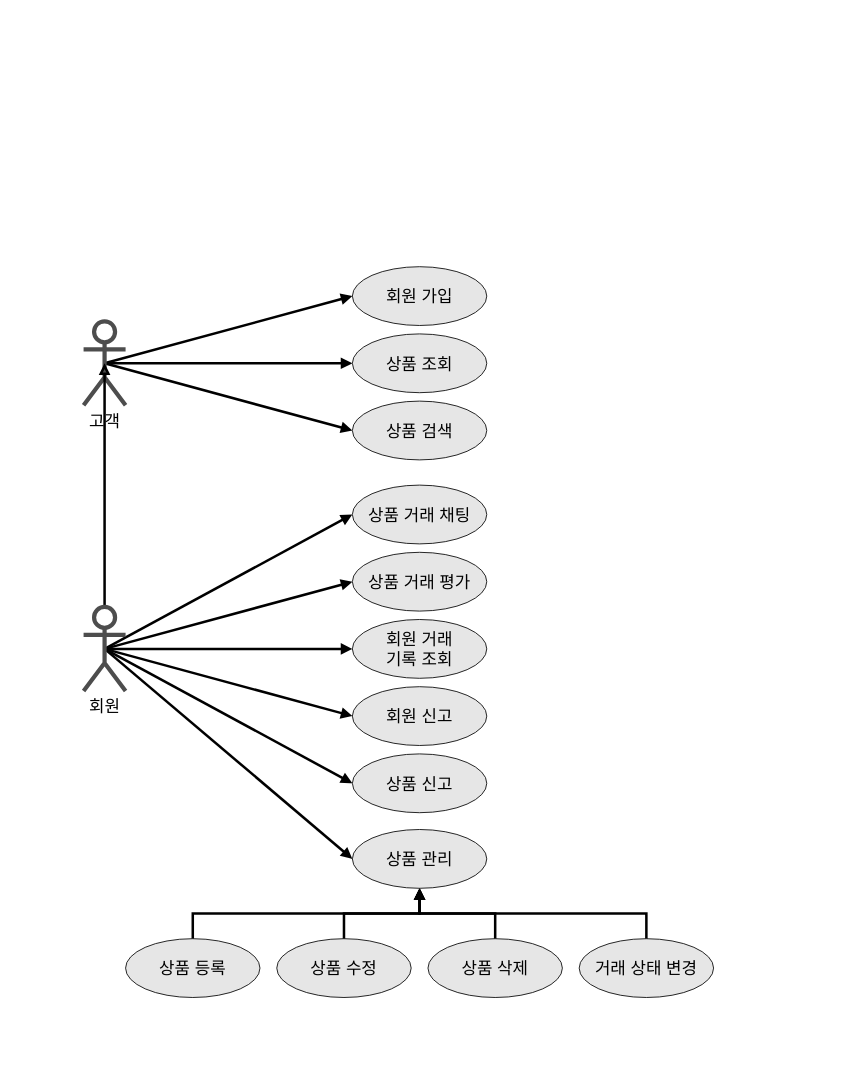
Earlier version of the draw.io diagram documents/Use_Case_Diagram.drawio (babybeb/users-used-book-store). Source tidied: cells renumbered, new cells numbered last; positions are measured from the earlier drawing's top-left corner, leaving out a move shared by most shapes. Both pictures are drawn from the tidied source at 84%, with x=0, y=0 at pixel (83, 266).
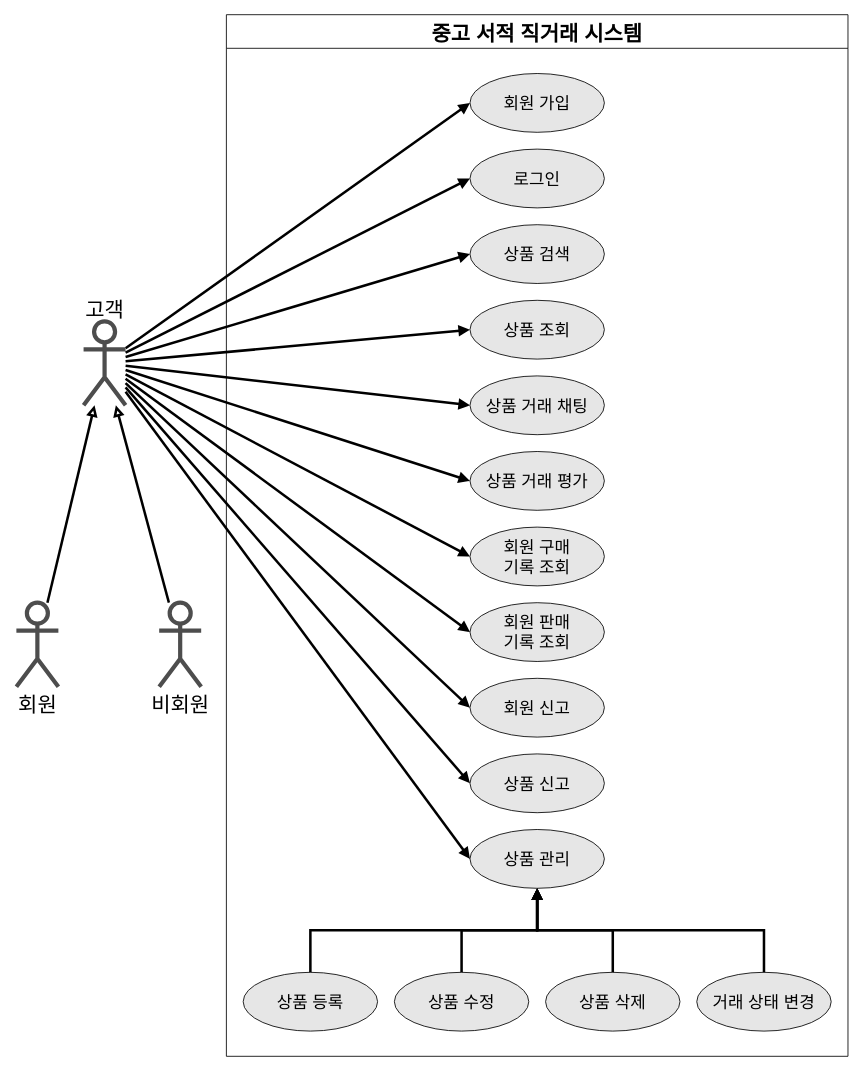
After the change.

Diff of the diagram source:
```diff
@@
-    <mxCell id="2" style="rounded=0;jettySize=auto;html=1;exitX=0.5;exitY=0.5;exitDx=0;exitDy=0;exitPerimeter=0;fontSize=20;endArrow=block;endFill=1;strokeWidth=3;entryX=0;entryY=0.5;entryDx=0;entryDy=0;" parent="1" edge="1" source="5" target="6">
+    <mxCell id="2" style="rounded=0;jettySize=auto;html=1;fontSize=20;endArrow=block;endFill=1;strokeWidth=3;entryX=0;entryY=0.5;entryDx=0;entryDy=0;" parent="1" edge="1" source="5" target="6">
       <mxGeometry relative="1" as="geometry" />
     </mxCell>
-    <mxCell id="3" style="edgeStyle=none;rounded=0;jettySize=auto;html=1;exitX=0.5;exitY=0.5;exitDx=0;exitDy=0;exitPerimeter=0;fontSize=20;endArrow=block;endFill=1;strokeWidth=3;entryX=0;entryY=0.5;entryDx=0;entryDy=0;" parent="1" edge="1" source="5" target="7">
+    <mxCell id="3" style="edgeStyle=none;rounded=0;jettySize=auto;html=1;fontSize=20;endArrow=block;endFill=1;strokeWidth=3;entryX=0;entryY=0.5;entryDx=0;entryDy=0;" parent="1" edge="1" source="5" target="7">
       <mxGeometry relative="1" as="geometry" />
     </mxCell>
-    <mxCell id="4" style="edgeStyle=none;rounded=0;jettySize=auto;html=1;exitX=0.5;exitY=0.5;exitDx=0;exitDy=0;exitPerimeter=0;fontSize=20;endArrow=block;endFill=1;strokeWidth=3;entryX=0;entryY=0.5;entryDx=0;entryDy=0;" parent="1" edge="1" source="5" target="8">
+    <mxCell id="4" style="edgeStyle=none;rounded=0;jettySize=auto;html=1;fontSize=20;endArrow=block;endFill=1;strokeWidth=3;entryX=0;entryY=0.5;entryDx=0;entryDy=0;" parent="1" edge="1" source="5" target="8">
       <mxGeometry relative="1" as="geometry" />
     </mxCell>
+    <mxCell id="31" style="edgeStyle=none;rounded=0;jettySize=auto;html=1;fontSize=25;endArrow=block;endFill=1;strokeWidth=3;entryX=0;entryY=0.5;entryDx=0;entryDy=0;" parent="1" edge="1" source="5" target="39">
+      <mxGeometry relative="1" as="geometry" />
+    </mxCell>
+    <mxCell id="32" style="edgeStyle=none;rounded=0;jettySize=auto;html=1;fontSize=25;endArrow=block;endFill=1;strokeWidth=3;entryX=0;entryY=0.5;entryDx=0;entryDy=0;" parent="1" edge="1" source="5" target="38">
+      <mxGeometry relative="1" as="geometry" />
+    </mxCell>
+    <mxCell id="33" style="edgeStyle=none;rounded=0;jettySize=auto;html=1;fontSize=25;endArrow=block;endFill=1;strokeWidth=3;entryX=0;entryY=0.5;entryDx=0;entryDy=0;" parent="1" edge="1" source="5" target="25">
+      <mxGeometry relative="1" as="geometry" />
+    </mxCell>
-    <mxCell id="5" value="고객" style="shape=umlActor;verticalLabelPosition=bottom;verticalAlign=top;html=1;outlineConnect=0;fontSize=20;strokeWidth=5;strokeColor=#4D4D4D;" parent="1" vertex="1">
+    <mxCell id="5" style="shape=umlActor;verticalLabelPosition=bottom;verticalAlign=top;html=1;outlineConnect=0;fontSize=20;strokeWidth=5;strokeColor=#4D4D4D;" parent="1" vertex="1">
       <mxGeometry y="65" width="50" height="100" as="geometry" />
     </mxCell>
-    <mxCell id="6" value="&lt;font style=&quot;font-size: 20px&quot;&gt;회원 가입&lt;/font&gt;" style="ellipse;whiteSpace=wrap;html=1;fillColor=#E6E6E6;" parent="1" vertex="1">
-      <mxGeometry x="320" width="160" height="70" as="geometry" />
-    </mxCell>
-    <mxCell id="7" value="&lt;span style=&quot;font-size: 20px&quot;&gt;상품 조회&lt;/span&gt;" style="ellipse;whiteSpace=wrap;html=1;fillColor=#E6E6E6;" parent="1" vertex="1">
-      <mxGeometry x="320" y="80" width="160" height="70" as="geometry" />
-    </mxCell>
-    <mxCell id="8" value="&lt;span style=&quot;font-size: 20px&quot;&gt;상품 검색&lt;/span&gt;" style="ellipse;whiteSpace=wrap;html=1;fillColor=#E6E6E6;" parent="1" vertex="1">
-      <mxGeometry x="320" y="160" width="160" height="70" as="geometry" />
-    </mxCell>
-    <mxCell id="9" style="rounded=0;jettySize=auto;html=1;exitX=0.5;exitY=0.5;exitDx=0;exitDy=0;exitPerimeter=0;fontSize=20;strokeWidth=3;endArrow=block;endFill=1;entryX=0;entryY=0.5;entryDx=0;entryDy=0;" parent="1" edge="1" source="16" target="19">
+    <mxCell id="9" style="rounded=0;jettySize=auto;html=1;fontSize=20;strokeWidth=3;endArrow=block;endFill=1;entryX=0;entryY=0.5;entryDx=0;entryDy=0;" parent="1" edge="1" source="5" target="19">
       <mxGeometry relative="1" as="geometry" />
     </mxCell>
-    <mxCell id="10" style="edgeStyle=none;rounded=0;jettySize=auto;html=1;exitX=0.5;exitY=0.5;exitDx=0;exitDy=0;exitPerimeter=0;fontSize=20;endArrow=block;endFill=1;strokeWidth=3;entryX=0;entryY=0.5;entryDx=0;entryDy=0;" parent="1" edge="1" source="16" target="20">
+    <mxCell id="10" style="edgeStyle=none;rounded=0;jettySize=auto;html=1;fontSize=20;endArrow=block;endFill=1;strokeWidth=3;entryX=0;entryY=0.5;entryDx=0;entryDy=0;" parent="1" edge="1" source="5" target="20">
       <mxGeometry relative="1" as="geometry" />
     </mxCell>
-    <mxCell id="11" style="edgeStyle=none;rounded=0;jettySize=auto;html=1;exitX=0.5;exitY=0.5;exitDx=0;exitDy=0;exitPerimeter=0;fontSize=20;endArrow=block;endFill=1;strokeWidth=3;entryX=0;entryY=0.5;entryDx=0;entryDy=0;" parent="1" edge="1" source="16" target="25">
-      <mxGeometry relative="1" as="geometry" />
-    </mxCell>
-    <mxCell id="12" style="edgeStyle=none;rounded=0;jettySize=auto;html=1;exitX=0.5;exitY=0.5;exitDx=0;exitDy=0;exitPerimeter=0;fontSize=20;endArrow=block;endFill=1;strokeWidth=3;entryX=0;entryY=0.5;entryDx=0;entryDy=0;" parent="1" edge="1" source="16" target="28">
+    <mxCell id="12" style="edgeStyle=none;rounded=0;jettySize=auto;html=1;fontSize=20;endArrow=block;endFill=1;strokeWidth=3;entryX=0;entryY=0.5;entryDx=0;entryDy=0;" parent="1" edge="1" source="5" target="28">
       <mxGeometry relative="1" as="geometry" />
     </mxCell>
-    <mxCell id="13" style="edgeStyle=none;rounded=0;jettySize=auto;html=1;exitX=0.5;exitY=0.5;exitDx=0;exitDy=0;exitPerimeter=0;fontSize=20;endArrow=block;endFill=1;strokeWidth=3;entryX=0;entryY=0.5;entryDx=0;entryDy=0;" parent="1" edge="1" source="16" target="30">
+    <mxCell id="13" style="edgeStyle=none;rounded=0;jettySize=auto;html=1;fontSize=20;endArrow=block;endFill=1;strokeWidth=3;entryX=0;entryY=0.5;entryDx=0;entryDy=0;" parent="1" edge="1" source="5" target="30">
       <mxGeometry relative="1" as="geometry" />
     </mxCell>
-    <mxCell id="14" style="edgeStyle=none;rounded=0;jettySize=auto;html=1;exitX=0.5;exitY=0.5;exitDx=0;exitDy=0;exitPerimeter=0;fontSize=20;endArrow=block;endFill=1;strokeWidth=3;entryX=0;entryY=0.5;entryDx=0;entryDy=0;" parent="1" edge="1" source="16" target="29">
+    <mxCell id="14" style="edgeStyle=none;rounded=0;jettySize=auto;html=1;fontSize=20;endArrow=block;endFill=1;strokeWidth=3;entryX=0;entryY=0.5;entryDx=0;entryDy=0;" parent="1" edge="1" source="5" target="29">
       <mxGeometry relative="1" as="geometry" />
     </mxCell>
-    <mxCell id="15" style="edgeStyle=none;rounded=0;jettySize=auto;html=1;exitX=0.5;exitY=0.5;exitDx=0;exitDy=0;exitPerimeter=0;entryX=0.5;entryY=0.5;entryDx=0;entryDy=0;entryPerimeter=0;fontSize=20;endArrow=block;endFill=0;strokeWidth=3;" parent="1" edge="1" source="16" target="5">
+    <mxCell id="15" style="edgeStyle=none;rounded=0;jettySize=auto;html=1;fontSize=20;endArrow=block;endFill=0;strokeWidth=3;" parent="1" edge="1" source="16" target="5">
       <mxGeometry relative="1" as="geometry" />
     </mxCell>
-    <mxCell id="16" value="회원" style="shape=umlActor;verticalLabelPosition=bottom;verticalAlign=top;html=1;outlineConnect=0;fontSize=20;strokeWidth=5;strokeColor=#4D4D4D;" parent="1" vertex="1">
-      <mxGeometry y="405" width="50" height="100" as="geometry" />
+    <mxCell id="16" value="&lt;font style=&quot;font-size: 25px&quot;&gt;회원&lt;/font&gt;" style="shape=umlActor;verticalLabelPosition=bottom;verticalAlign=top;html=1;outlineConnect=0;fontSize=20;strokeWidth=5;strokeColor=#4D4D4D;" parent="1" vertex="1">
+      <mxGeometry x="-80" y="400" width="50" height="100" as="geometry" />
     </mxCell>
-    <mxCell id="17" style="edgeStyle=orthogonalEdgeStyle;rounded=0;jettySize=auto;html=1;exitX=0.5;exitY=0;exitDx=0;exitDy=0;fontSize=20;endArrow=block;endFill=1;strokeWidth=3;" parent="1" edge="1" source="18" target="25">
-      <mxGeometry relative="1" as="geometry" />
-    </mxCell>
+    <mxCell id="34" style="edgeStyle=none;rounded=0;jettySize=auto;html=1;endArrow=block;endFill=0;strokeWidth=3;" parent="1" edge="1" source="35" target="5">
+      <mxGeometry relative="1" as="geometry" />
+    </mxCell>
+    <mxCell id="35" value="&lt;font style=&quot;font-size: 25px&quot;&gt;비회원&lt;/font&gt;" style="shape=umlActor;verticalLabelPosition=bottom;verticalAlign=top;html=1;outlineConnect=0;fontSize=20;strokeWidth=5;strokeColor=#4D4D4D;" parent="1" vertex="1">
+      <mxGeometry x="90" y="400" width="50" height="100" as="geometry" />
+    </mxCell>
+    <mxCell id="36" value="&lt;font style=&quot;font-size: 25px&quot;&gt;고객&lt;/font&gt;" style="text;html=1;align=center;verticalAlign=middle;strokeColor=none;fillColor=none;" parent="1" vertex="1">
+      <mxGeometry x="-10" y="40" width="70" height="20" as="geometry" />
+    </mxCell>
+    <mxCell id="37" value="중고 서적 직거래 시스템" style="swimlane;fontSize=25;startSize=40;" parent="1" vertex="1">
+      <mxGeometry x="170" y="-300" width="740" height="1240" as="geometry" />
+    </mxCell>
+    <mxCell id="6" value="&lt;font style=&quot;font-size: 20px&quot;&gt;회원 가입&lt;/font&gt;" style="ellipse;whiteSpace=wrap;html=1;fillColor=#E6E6E6;" parent="37" vertex="1">
+      <mxGeometry x="290" y="70" width="160" height="70" as="geometry" />
+    </mxCell>
+    <mxCell id="7" value="&lt;span style=&quot;font-size: 20px&quot;&gt;상품 조회&lt;/span&gt;" style="ellipse;whiteSpace=wrap;html=1;fillColor=#E6E6E6;" parent="37" vertex="1">
+      <mxGeometry x="290" y="340" width="160" height="70" as="geometry" />
+    </mxCell>
+    <mxCell id="8" value="&lt;span style=&quot;font-size: 20px&quot;&gt;상품 검색&lt;/span&gt;" style="ellipse;whiteSpace=wrap;html=1;fillColor=#E6E6E6;" parent="37" vertex="1">
+      <mxGeometry x="290" y="250" width="160" height="70" as="geometry" />
+    </mxCell>
-    <mxCell id="18" value="&lt;font style=&quot;font-size: 20px&quot;&gt;상품 등록&lt;/font&gt;" style="ellipse;whiteSpace=wrap;html=1;fillColor=#E6E6E6;" parent="1" vertex="1">
-      <mxGeometry x="50" y="800" width="160" height="70" as="geometry" />
+    <mxCell id="18" value="&lt;font style=&quot;font-size: 20px&quot;&gt;상품 등록&lt;/font&gt;" style="ellipse;whiteSpace=wrap;html=1;fillColor=#E6E6E6;" parent="37" vertex="1">
+      <mxGeometry x="20" y="1140" width="160" height="70" as="geometry" />
     </mxCell>
-    <mxCell id="19" value="&lt;span style=&quot;font-size: 20px&quot;&gt;상품 거래 채팅&lt;/span&gt;" style="ellipse;whiteSpace=wrap;html=1;fillColor=#E6E6E6;" parent="1" vertex="1">
-      <mxGeometry x="320" y="260" width="160" height="70" as="geometry" />
+    <mxCell id="19" value="&lt;span style=&quot;font-size: 20px&quot;&gt;상품 거래 채팅&lt;/span&gt;" style="ellipse;whiteSpace=wrap;html=1;fillColor=#E6E6E6;" parent="37" vertex="1">
+      <mxGeometry x="290" y="430" width="160" height="70" as="geometry" />
     </mxCell>
-    <mxCell id="20" value="&lt;span style=&quot;font-size: 20px&quot;&gt;회원 거래&lt;br&gt;기록 조회&lt;/span&gt;" style="ellipse;whiteSpace=wrap;html=1;fillColor=#E6E6E6;" parent="1" vertex="1">
-      <mxGeometry x="320" y="420" width="160" height="70" as="geometry" />
+    <mxCell id="20" value="&lt;span style=&quot;font-size: 20px&quot;&gt;회원 구매&lt;br&gt;기록 조회&lt;/span&gt;" style="ellipse;whiteSpace=wrap;html=1;fillColor=#E6E6E6;" parent="37" vertex="1">
+      <mxGeometry x="290" y="610" width="160" height="70" as="geometry" />
     </mxCell>
-    <mxCell id="21" style="edgeStyle=orthogonalEdgeStyle;rounded=0;jettySize=auto;html=1;exitX=0.5;exitY=0;exitDx=0;exitDy=0;fontSize=20;endArrow=block;endFill=1;strokeWidth=3;" parent="1" edge="1" source="22" target="25">
-      <mxGeometry relative="1" as="geometry" />
-    </mxCell>
-    <mxCell id="22" value="&lt;font style=&quot;font-size: 20px&quot;&gt;상품 수정&lt;/font&gt;" style="ellipse;whiteSpace=wrap;html=1;fillColor=#E6E6E6;" parent="1" vertex="1">
-      <mxGeometry x="230" y="800" width="160" height="70" as="geometry" />
+    <mxCell id="22" value="&lt;font style=&quot;font-size: 20px&quot;&gt;상품 수정&lt;/font&gt;" style="ellipse;whiteSpace=wrap;html=1;fillColor=#E6E6E6;" parent="37" vertex="1">
+      <mxGeometry x="200" y="1140" width="160" height="70" as="geometry" />
     </mxCell>
-    <mxCell id="23" style="edgeStyle=orthogonalEdgeStyle;rounded=0;jettySize=auto;html=1;exitX=0.5;exitY=0;exitDx=0;exitDy=0;fontSize=20;endArrow=block;endFill=1;strokeWidth=3;" parent="1" edge="1" source="24" target="25">
-      <mxGeometry relative="1" as="geometry" />
-    </mxCell>
-    <mxCell id="24" value="&lt;font style=&quot;font-size: 20px&quot;&gt;상품 삭제&lt;/font&gt;" style="ellipse;whiteSpace=wrap;html=1;fillColor=#E6E6E6;" parent="1" vertex="1">
-      <mxGeometry x="410" y="800" width="160" height="70" as="geometry" />
+    <mxCell id="24" value="&lt;font style=&quot;font-size: 20px&quot;&gt;상품 삭제&lt;/font&gt;" style="ellipse;whiteSpace=wrap;html=1;fillColor=#E6E6E6;" parent="37" vertex="1">
+      <mxGeometry x="380" y="1140" width="160" height="70" as="geometry" />
     </mxCell>
-    <mxCell id="25" value="&lt;font style=&quot;font-size: 20px&quot;&gt;상품 관리&lt;/font&gt;" style="ellipse;whiteSpace=wrap;html=1;fillColor=#E6E6E6;" parent="1" vertex="1">
-      <mxGeometry x="320" y="670" width="160" height="70" as="geometry" />
-    </mxCell>
-    <mxCell id="26" style="edgeStyle=orthogonalEdgeStyle;rounded=0;jettySize=auto;html=1;exitX=0.5;exitY=0;exitDx=0;exitDy=0;fontSize=20;endArrow=block;endFill=1;strokeWidth=3;" parent="1" edge="1" source="27" target="25">
-      <mxGeometry relative="1" as="geometry" />
-    </mxCell>
-    <mxCell id="27" value="&lt;font style=&quot;font-size: 20px&quot;&gt;거래 상태 변경&lt;/font&gt;" style="ellipse;whiteSpace=wrap;html=1;fillColor=#E6E6E6;" parent="1" vertex="1">
-      <mxGeometry x="590" y="800" width="160" height="70" as="geometry" />
+    <mxCell id="27" value="&lt;font style=&quot;font-size: 20px&quot;&gt;거래 상태 변경&lt;/font&gt;" style="ellipse;whiteSpace=wrap;html=1;fillColor=#E6E6E6;" parent="37" vertex="1">
+      <mxGeometry x="560" y="1140" width="160" height="70" as="geometry" />
     </mxCell>
-    <mxCell id="28" value="&lt;span style=&quot;font-size: 20px&quot;&gt;상품 거래 평가&lt;/span&gt;" style="ellipse;whiteSpace=wrap;html=1;fillColor=#E6E6E6;" parent="1" vertex="1">
-      <mxGeometry x="320" y="340" width="160" height="70" as="geometry" />
+    <mxCell id="28" value="&lt;span style=&quot;font-size: 20px&quot;&gt;상품 거래 평가&lt;/span&gt;" style="ellipse;whiteSpace=wrap;html=1;fillColor=#E6E6E6;" parent="37" vertex="1">
+      <mxGeometry x="290" y="520" width="160" height="70" as="geometry" />
     </mxCell>
-    <mxCell id="29" value="&lt;span style=&quot;font-size: 20px&quot;&gt;회원 신고&lt;br&gt;&lt;/span&gt;" style="ellipse;whiteSpace=wrap;html=1;fillColor=#E6E6E6;" parent="1" vertex="1">
-      <mxGeometry x="320" y="500" width="160" height="70" as="geometry" />
+    <mxCell id="29" value="&lt;span style=&quot;font-size: 20px&quot;&gt;회원 신고&lt;br&gt;&lt;/span&gt;" style="ellipse;whiteSpace=wrap;html=1;fillColor=#E6E6E6;" parent="37" vertex="1">
+      <mxGeometry x="290" y="790" width="160" height="70" as="geometry" />
     </mxCell>
-    <mxCell id="30" value="&lt;span style=&quot;font-size: 20px&quot;&gt;상품 신고&lt;br&gt;&lt;/span&gt;" style="ellipse;whiteSpace=wrap;html=1;fillColor=#E6E6E6;" parent="1" vertex="1">
-      <mxGeometry x="320" y="580" width="160" height="70" as="geometry" />
+    <mxCell id="30" value="&lt;span style=&quot;font-size: 20px&quot;&gt;상품 신고&lt;br&gt;&lt;/span&gt;" style="ellipse;whiteSpace=wrap;html=1;fillColor=#E6E6E6;" parent="37" vertex="1">
+      <mxGeometry x="290" y="880" width="160" height="70" as="geometry" />
     </mxCell>
+    <mxCell id="38" value="&lt;span style=&quot;font-size: 20px&quot;&gt;회원 판매&lt;br&gt;기록 조회&lt;/span&gt;" style="ellipse;whiteSpace=wrap;html=1;fillColor=#E6E6E6;" parent="37" vertex="1">
+      <mxGeometry x="290" y="700" width="160" height="70" as="geometry" />
+    </mxCell>
+    <mxCell id="39" value="&lt;font style=&quot;font-size: 20px&quot;&gt;로그인&lt;/font&gt;" style="ellipse;whiteSpace=wrap;html=1;fillColor=#E6E6E6;" parent="37" vertex="1">
+      <mxGeometry x="290" y="160" width="160" height="70" as="geometry" />
+    </mxCell>
+    <mxCell id="25" value="&lt;span style=&quot;font-size: 20px&quot;&gt;상품 관리&lt;br&gt;&lt;/span&gt;" style="ellipse;whiteSpace=wrap;html=1;fillColor=#E6E6E6;" parent="37" vertex="1">
+      <mxGeometry x="290" y="970" width="160" height="70" as="geometry" />
+    </mxCell>
+    <mxCell id="17" style="edgeStyle=orthogonalEdgeStyle;rounded=0;jettySize=auto;html=1;exitX=0.5;exitY=0;exitDx=0;exitDy=0;fontSize=25;endArrow=block;endFill=1;strokeWidth=3;" parent="37" edge="1" source="18" target="25">
+      <mxGeometry relative="1" as="geometry" />
+    </mxCell>
+    <mxCell id="21" style="edgeStyle=orthogonalEdgeStyle;rounded=0;jettySize=auto;html=1;exitX=0.5;exitY=0;exitDx=0;exitDy=0;fontSize=25;endArrow=block;endFill=1;strokeWidth=3;" parent="37" edge="1" source="22" target="25">
+      <mxGeometry relative="1" as="geometry" />
+    </mxCell>
+    <mxCell id="23" style="edgeStyle=orthogonalEdgeStyle;rounded=0;jettySize=auto;html=1;exitX=0.5;exitY=0;exitDx=0;exitDy=0;fontSize=25;endArrow=block;endFill=1;strokeWidth=3;" parent="37" edge="1" source="24" target="25">
+      <mxGeometry relative="1" as="geometry" />
+    </mxCell>
+    <mxCell id="26" style="edgeStyle=orthogonalEdgeStyle;rounded=0;jettySize=auto;html=1;exitX=0.5;exitY=0;exitDx=0;exitDy=0;fontSize=25;endArrow=block;endFill=1;strokeWidth=3;" parent="37" edge="1" source="27" target="25">
+      <mxGeometry relative="1" as="geometry" />
+    </mxCell>
```
